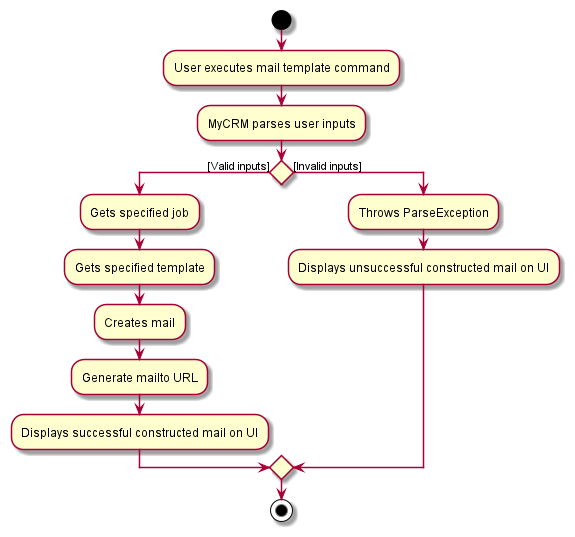
The PlantUML diagram docs/images/mail/MailActivityDiagram.png in ooawagaeri/tp, before a commit. Its diagram source:
```plantuml
@startuml
start
:User executes mail template command;
:MyCRM parses user inputs;
if () then ([Valid inputs])
    :Gets specified job;
    :Gets specified template;
    :Creates mail;
    :Generate mailto URL;
    :Displays successful constructed mail on UI;
else ([Invalid inputs])
    :Throws ParseException;
    :Displays unsuccessful constructed mail on UI;
endif
stop

@enduml
```
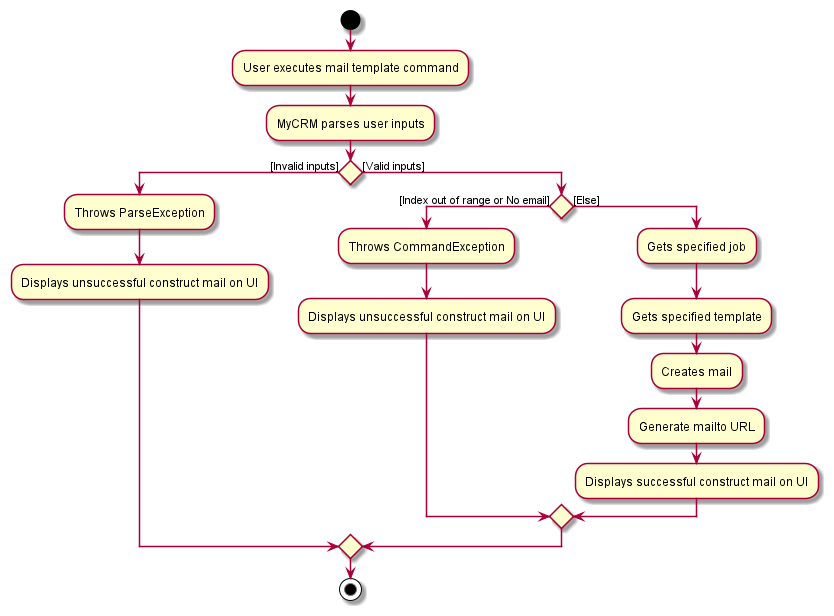
The same file after the commit.

What changed in the source:
```diff
@@ -2,15 +2,20 @@
 start
 :User executes mail template command;
 :MyCRM parses user inputs;
-if () then ([Valid inputs])
-    :Gets specified job;
-    :Gets specified template;
-    :Creates mail;
-    :Generate mailto URL;
-    :Displays successful constructed mail on UI;
-else ([Invalid inputs])
+if () then ([Invalid inputs])
     :Throws ParseException;
-    :Displays unsuccessful constructed mail on UI;
+    :Displays unsuccessful construct mail on UI;
+else ([Valid inputs])
+    if () then ([Index out of range or No email])
+        :Throws CommandException;
+        :Displays unsuccessful construct mail on UI;
+    else ([Else])
+        :Gets specified job;
+        :Gets specified template;
+        :Creates mail;
+        :Generate mailto URL;
+        :Displays successful construct mail on UI;
+    endif
 endif
 stop
 
```
